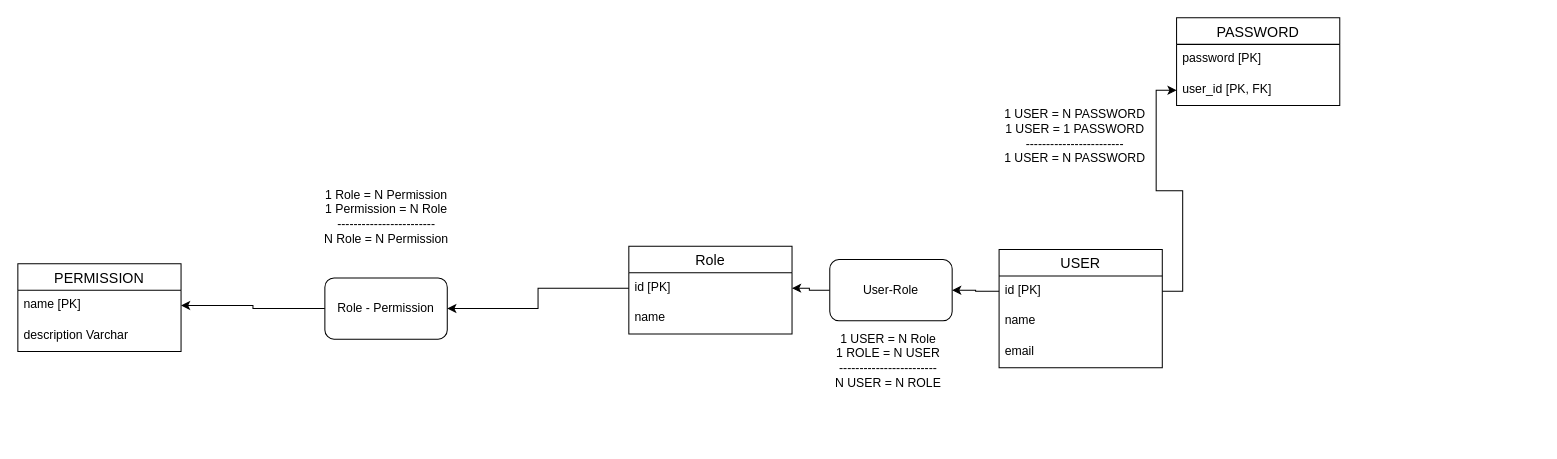
The draw.io diagram page "Architecture" (1 of 2) of Project/Blogging Site/Blogging Site.drawio in SanjeetDutt/Technology-Stack, before the edit. Source tidied: cells renumbered, new cells numbered last; positions are measured from the earlier drawing's top-left corner, leaving out a move shared by most shapes. Both pictures are drawn from the tidied source at 102%, with x=0, y=0 at pixel (17, 17).
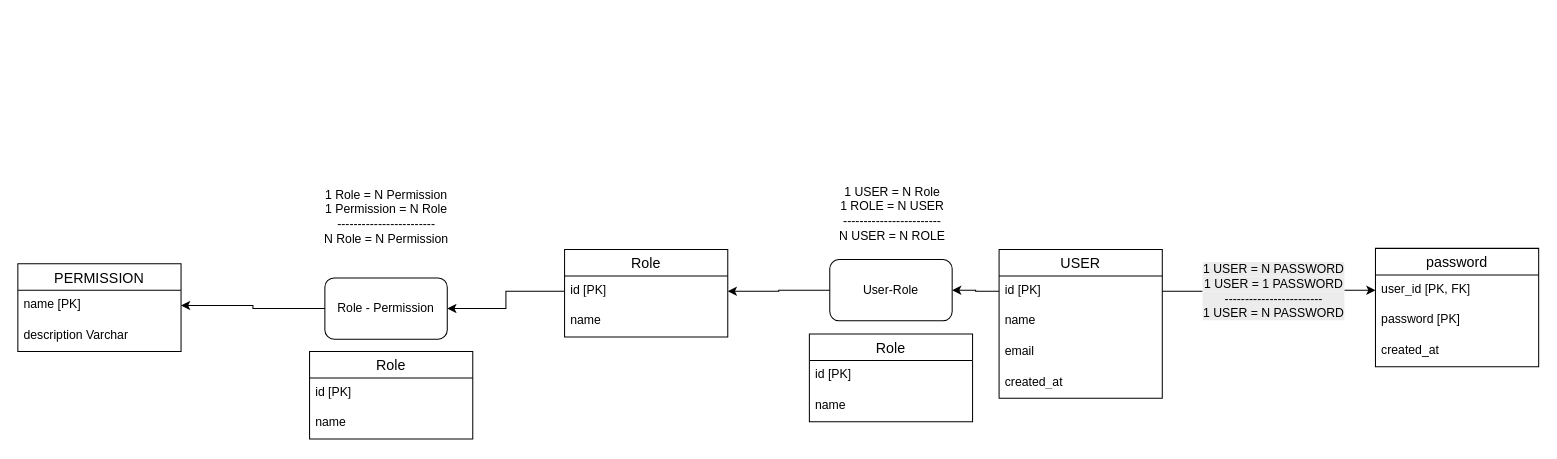
Above is the later version.

The change refers to these unchanged cells:
```xml
<mxCell id="20" style="edgeStyle=orthogonalEdgeStyle;rounded=0;jettySize=auto;html=1;entryX=0;entryY=0.5;entryDx=0;entryDy=0;" parent="1" edge="1" source="3" target="19">
  <mxGeometry relative="1" as="geometry" />
</mxCell>
```

The edit, as a diff of the source:
```diff
@@
     <mxCell id="2" value="USER" style="swimlane;fontStyle=0;horizontal=1;startSize=26;align=center;fontSize=14;" parent="1" vertex="1">
-      <mxGeometry x="962" y="227" width="160" height="116" as="geometry" />
+      <mxGeometry x="962" y="227" width="160" height="146" as="geometry" />
     </mxCell>
@@
+    <mxCell id="25" value="created_at" style="text;strokeColor=none;fillColor=none;spacingLeft=4;spacingRight=4;overflow=hidden;fontSize=12;whiteSpace=wrap;html=1;" parent="2" vertex="1">
+      <mxGeometry y="116" width="160" height="30" as="geometry" />
+    </mxCell>
     <mxCell id="6" value="1 USER = N Role&lt;div&gt;1 ROLE = N USER&lt;/div&gt;&lt;div&gt;------------------------&lt;/div&gt;&lt;div&gt;N USER = N ROLE&lt;/div&gt;" style="text;html=1;align=center;verticalAlign=middle;strokeColor=none;fillColor=none;" parent="1" vertex="1">
-      <mxGeometry x="792" y="301" width="122" height="70" as="geometry" />
+      <mxGeometry x="796" y="157" width="122" height="70" as="geometry" />
     </mxCell>
     <mxCell id="7" value="Role" style="swimlane;fontStyle=0;horizontal=1;startSize=26;align=center;fontSize=14;" parent="1" vertex="1">
-      <mxGeometry x="599" y="224" width="160" height="86" as="geometry" />
+      <mxGeometry x="536" y="227" width="160" height="86" as="geometry" />
     </mxCell>
@@
-    <mxCell id="17" value="PASSWORD" style="swimlane;fontStyle=0;horizontal=1;startSize=26;align=center;fontSize=14;" parent="1" vertex="1">
-      <mxGeometry x="1136" width="160" height="86" as="geometry" />
+    <mxCell id="17" value="password" style="swimlane;fontStyle=0;horizontal=1;startSize=26;align=center;fontSize=14;" parent="1" vertex="1">
+      <mxGeometry x="1331" y="226" width="160" height="116" as="geometry" />
     </mxCell>
+    <mxCell id="19" value="user_id [PK, FK]" style="text;strokeColor=none;fillColor=none;spacingLeft=4;spacingRight=4;overflow=hidden;points=[[0,0.5],[1,0.5]];portConstraint=eastwest;fontSize=12;whiteSpace=wrap;html=1;" parent="17" vertex="1">
+      <mxGeometry y="26" width="160" height="30" as="geometry" />
+    </mxCell>
     <mxCell id="18" value="password [PK]" style="text;strokeColor=none;fillColor=none;spacingLeft=4;spacingRight=4;overflow=hidden;fontSize=12;whiteSpace=wrap;html=1;" parent="17" vertex="1">
-      <mxGeometry y="26" width="160" height="30" as="geometry" />
+      <mxGeometry y="56" width="160" height="30" as="geometry" />
     </mxCell>
-    <mxCell id="19" value="user_id [PK, FK]" style="text;strokeColor=none;fillColor=none;spacingLeft=4;spacingRight=4;overflow=hidden;points=[[0,0.5],[1,0.5]];portConstraint=eastwest;fontSize=12;whiteSpace=wrap;html=1;" parent="17" vertex="1">
-      <mxGeometry y="56" width="160" height="30" as="geometry" />
-    </mxCell>
+    <mxCell id="26" value="created_at" style="text;strokeColor=none;fillColor=none;spacingLeft=4;spacingRight=4;overflow=hidden;fontSize=12;whiteSpace=wrap;html=1;" parent="17" vertex="1">
+      <mxGeometry y="86" width="160" height="30" as="geometry" />
+    </mxCell>
@@
-    <mxCell id="21" value="1 USER = N PASSWORD&lt;div&gt;1 USER = 1 PASSWORD&lt;/div&gt;&lt;div&gt;------------------------&lt;/div&gt;&lt;div&gt;1 USER = N PASSWORD&lt;/div&gt;" style="text;html=1;align=center;verticalAlign=middle;strokeColor=none;fillColor=none;" parent="1" vertex="1">
-      <mxGeometry x="958" y="81" width="156" height="70" as="geometry" />
+    <mxCell id="21" value="&lt;span style=&quot;font-size: 12px; background-color: rgb(236, 236, 236);&quot;&gt;1 USER = N PASSWORD&lt;/span&gt;&lt;div style=&quot;font-size: 12px; background-color: rgb(236, 236, 236);&quot;&gt;1 USER = 1 PASSWORD&lt;/div&gt;&lt;div style=&quot;font-size: 12px; background-color: rgb(236, 236, 236);&quot;&gt;------------------------&lt;/div&gt;&lt;div style=&quot;font-size: 12px; background-color: rgb(236, 236, 236);&quot;&gt;1 USER = N PASSWORD&lt;/div&gt;" style="edgeLabel;html=1;align=center;verticalAlign=middle;" parent="20" vertex="1">
+      <mxGeometry x="0.04" relative="1" as="geometry" />
     </mxCell>
@@
+    <mxCell id="27" value="Role" style="swimlane;fontStyle=0;horizontal=1;startSize=26;align=center;fontSize=14;" parent="1" vertex="1">
+      <mxGeometry x="286" y="327" width="160" height="86" as="geometry" />
+    </mxCell>
+    <mxCell id="28" value="id [PK]" style="text;strokeColor=none;fillColor=none;spacingLeft=4;spacingRight=4;overflow=hidden;fontSize=12;whiteSpace=wrap;html=1;" parent="27" vertex="1">
+      <mxGeometry y="26" width="160" height="30" as="geometry" />
+    </mxCell>
+    <mxCell id="29" value="name" style="text;strokeColor=none;fillColor=none;spacingLeft=4;spacingRight=4;overflow=hidden;fontSize=12;whiteSpace=wrap;html=1;" parent="27" vertex="1">
+      <mxGeometry y="56" width="160" height="30" as="geometry" />
+    </mxCell>
+    <mxCell id="30" value="Role" style="swimlane;fontStyle=0;horizontal=1;startSize=26;align=center;fontSize=14;" parent="1" vertex="1">
+      <mxGeometry x="776" y="310" width="160" height="86" as="geometry" />
+    </mxCell>
+    <mxCell id="31" value="id [PK]" style="text;strokeColor=none;fillColor=none;spacingLeft=4;spacingRight=4;overflow=hidden;fontSize=12;whiteSpace=wrap;html=1;" parent="30" vertex="1">
+      <mxGeometry y="26" width="160" height="30" as="geometry" />
+    </mxCell>
+    <mxCell id="32" value="name" style="text;strokeColor=none;fillColor=none;spacingLeft=4;spacingRight=4;overflow=hidden;fontSize=12;whiteSpace=wrap;html=1;" parent="30" vertex="1">
+      <mxGeometry y="56" width="160" height="30" as="geometry" />
+    </mxCell>
```
